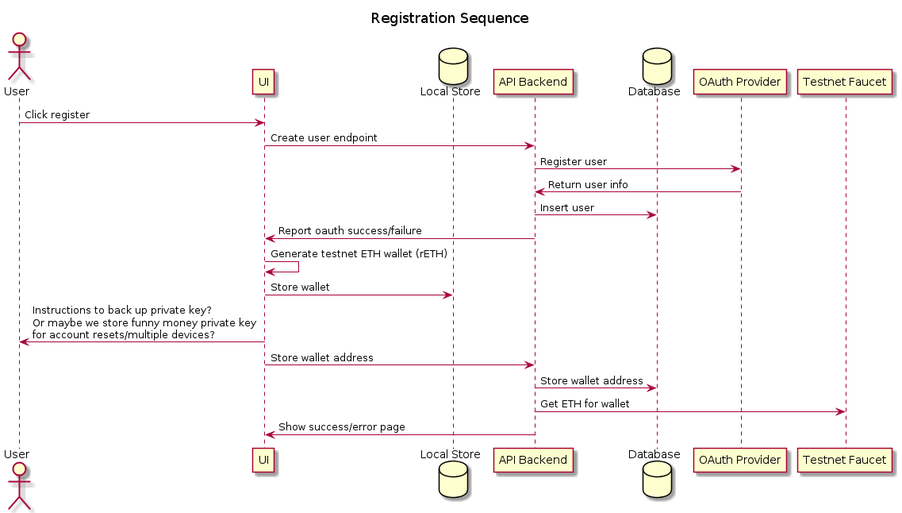
Above: docs/Diagrams/out/UserStories/Registration Sequence.png in adhurjaty/prediction-app (PlantUML), before the change. Its diagram source:
```plantuml
@startuml Registration Sequence

title Registration Sequence

actor User as user
participant UI as ui
database "Local Store" as localstore
participant "API Backend" as api
database Database as db
participant "OAuth Provider" as oauth
participant "Testnet Faucet" as faucet

user -> ui : Click register
ui -> api : Create user endpoint
api -> oauth : Register user
oauth -> api : Return user info
api -> db : Insert user
api -> ui : Report oauth success/failure
ui -> ui : Generate testnet ETH wallet (rETH)
ui -> localstore : Store wallet
ui -> user : Instructions to back up private key? \nOr maybe we store funny money private key \nfor account resets/multiple devices?
ui -> api : Store wallet address
api -> db : Store wallet address
api -> faucet : Get ETH for wallet
api -> ui : Show success/error page

@enduml
```
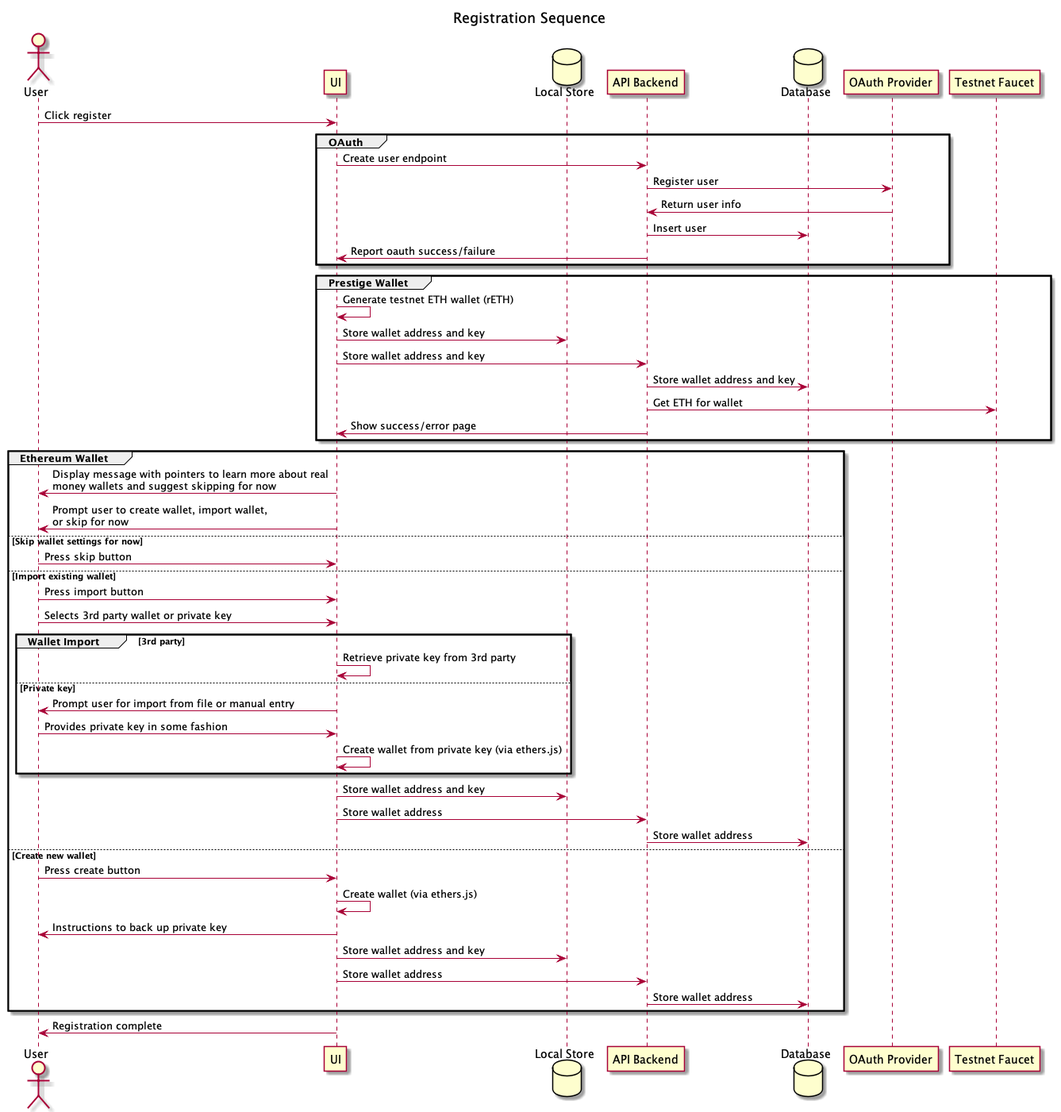
Above is the later version.

Commit message:
Updated registration with different wallet flows

Change to the diagram source:
```diff
@@ -11,17 +11,54 @@
 participant "Testnet Faucet" as faucet
 
 user -> ui : Click register
-ui -> api : Create user endpoint
-api -> oauth : Register user
-oauth -> api : Return user info
-api -> db : Insert user
-api -> ui : Report oauth success/failure
-ui -> ui : Generate testnet ETH wallet (rETH)
-ui -> localstore : Store wallet
-ui -> user : Instructions to back up private key? \nOr maybe we store funny money private key \nfor account resets/multiple devices?
-ui -> api : Store wallet address
-api -> db : Store wallet address
-api -> faucet : Get ETH for wallet
-api -> ui : Show success/error page
+
+group OAuth
+    ui -> api : Create user endpoint
+    api -> oauth : Register user
+    oauth -> api : Return user info
+    api -> db : Insert user
+    api -> ui : Report oauth success/failure
+end
+
+group Prestige Wallet
+    ui -> ui : Generate testnet ETH wallet (rETH)
+    ui -> localstore : Store wallet address and key
+    ui -> api : Store wallet address and key
+    api -> db : Store wallet address and key
+    api -> faucet : Get ETH for wallet
+    api -> ui : Show success/error page
+end
+
+group Ethereum Wallet
+    ui -> user : Display message with pointers to learn more about real \nmoney wallets and suggest skipping for now
+    ui -> user : Prompt user to create wallet, import wallet, \nor skip for now
+else Skip wallet settings for now
+    user -> ui : Press skip button
+else Import existing wallet
+    user -> ui : Press import button
+    user -> ui : Selects 3rd party wallet or private key
+
+    group Wallet Import [3rd party]
+        ui -> ui : Retrieve private key from 3rd party
+    else Private key
+        ui -> user : Prompt user for import from file or manual entry
+        user -> ui : Provides private key in some fashion
+        ui -> ui : Create wallet from private key (via ethers.js)
+    end
+
+    ui -> localstore : Store wallet address and key
+
+    ui -> api : Store wallet address
+    api -> db : Store wallet address
+else Create new wallet
+    user -> ui : Press create button
+    ui -> ui : Create wallet (via ethers.js)
+    ui -> user : Instructions to back up private key
+    ui -> localstore : Store wallet address and key
+    ui -> api : Store wallet address
+    api -> db : Store wallet address
+end
+
+ui -> user : Registration complete
 
 @enduml
```
